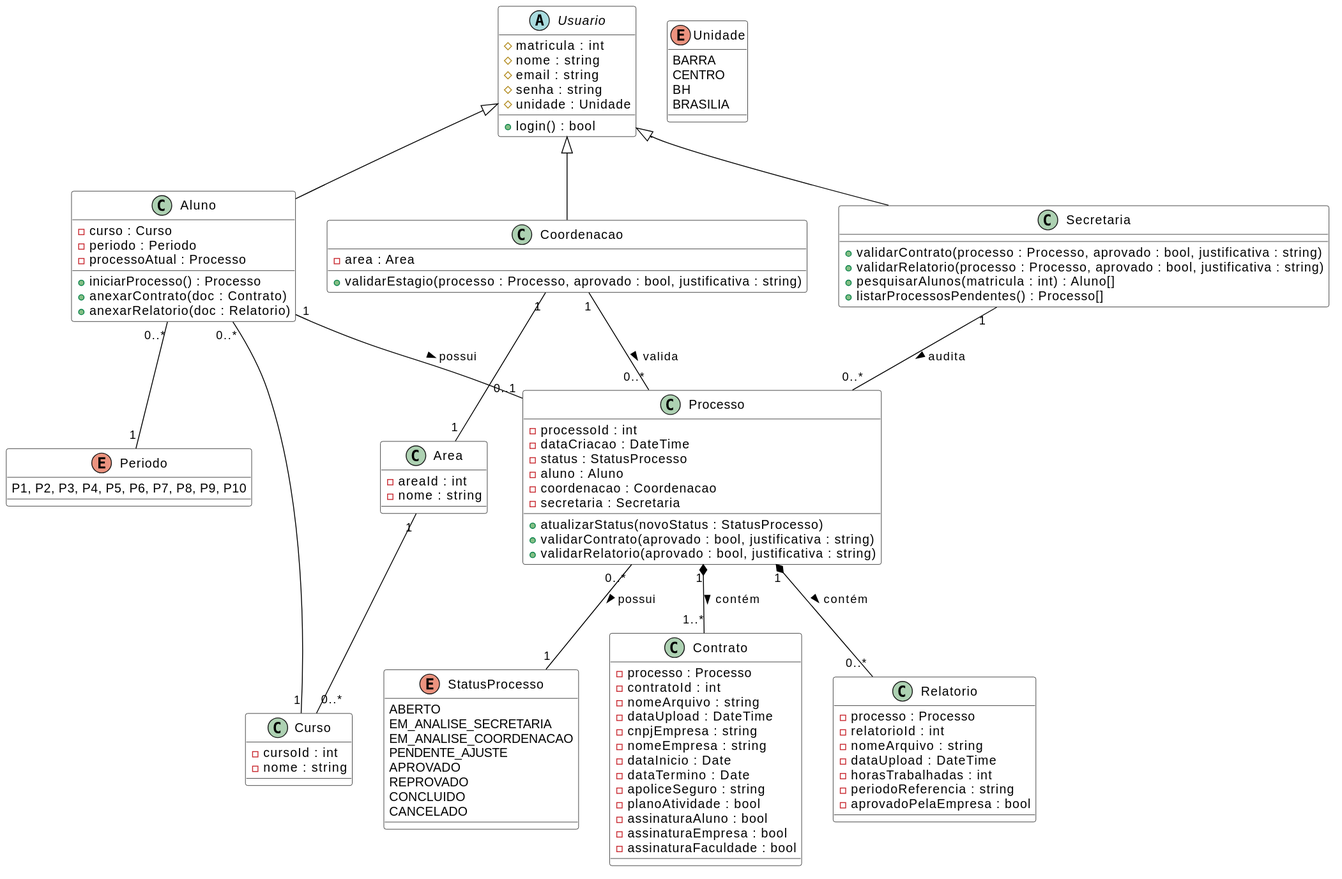
Before: docs/assets/Diagramas/out/diagrama_de_classes.svg, a diagram exported from PlantUML (Projetos-de-Extensao/PBE_26.1_8002_III).
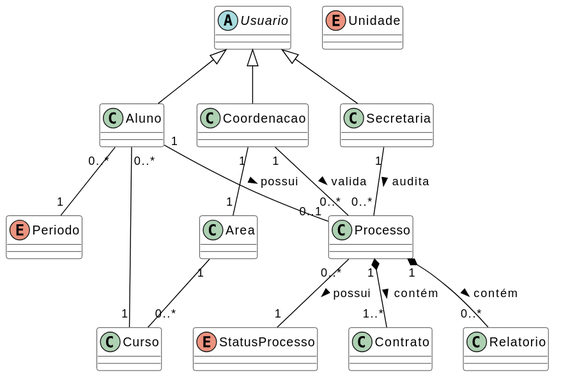
Later version of the same file.

What changed in the source:
```diff
@@ -6,104 +6,40 @@
 }
 
 enum StatusProcesso {
-ABERTO
-EM_ANALISE_SECRETARIA
-EM_ANALISE_COORDENACAO
-PENDENTE_AJUSTE
-APROVADO
-REPROVADO
-CONCLUIDO
-CANCELADO
 }
 
 enum Unidade {
-BARRA
-CENTRO
-BH
-BRASILIA
 }
 
 enum Periodo {
-P1, P2, P3, P4, P5, P6, P7, P8, P9, P10
 }
 
 
 abstract class Usuario {
-# matricula : int
-# nome : string
-# email : string
-# senha : string
-# unidade : Unidade
-+ login() : bool
 }
 
 class Aluno extends Usuario {
-- curso : Curso
-- periodo : Periodo
-- processoAtual : Processo
-+ iniciarProcesso() : Processo
-+ anexarContrato(doc : Contrato)
-+ anexarRelatorio(doc : Relatorio)
 }
 
 class Secretaria extends Usuario {
-+ validarContrato(processo : Processo, aprovado : bool, justificativa : string)
-+ validarRelatorio(processo : Processo, aprovado : bool, justificativa : string)
-+ pesquisarAlunos(matricula : int) : Aluno[]
-+ listarProcessosPendentes() : Processo[]
 }
 
 class Coordenacao extends Usuario {
-- area : Area
-+ validarEstagio(processo : Processo, aprovado : bool, justificativa : string)
 }
 
 class Processo {
-- processoId : int
-- dataCriacao : DateTime
-- status : StatusProcesso
-- aluno : Aluno
-- coordenacao : Coordenacao
-- secretaria : Secretaria
-+ atualizarStatus(novoStatus : StatusProcesso)
-+ validarContrato(aprovado : bool, justificativa : string)
-+ validarRelatorio(aprovado : bool, justificativa : string)
 }
 
 class Contrato {
-- processo : Processo
-- contratoId : int
-- nomeArquivo : string
-- dataUpload : DateTime
-- cnpjEmpresa : string
-- nomeEmpresa : string
-- dataInicio : Date
-- dataTermino : Date
-- apoliceSeguro : string
-- planoAtividade : bool
-- assinaturaAluno : bool
-- assinaturaEmpresa : bool
-- assinaturaFaculdade : bool
 }
 
 class Relatorio {
-- processo : Processo
-- relatorioId : int
-- nomeArquivo : string
-- dataUpload : DateTime
-- horasTrabalhadas : int
-- periodoReferencia : string
-- aprovadoPelaEmpresa : bool
 }
 
 class Curso {
-- cursoId : int
-- nome : string
 }
 
 class Area {
-- areaId : int
-- nome : string
 }
 
 
```
